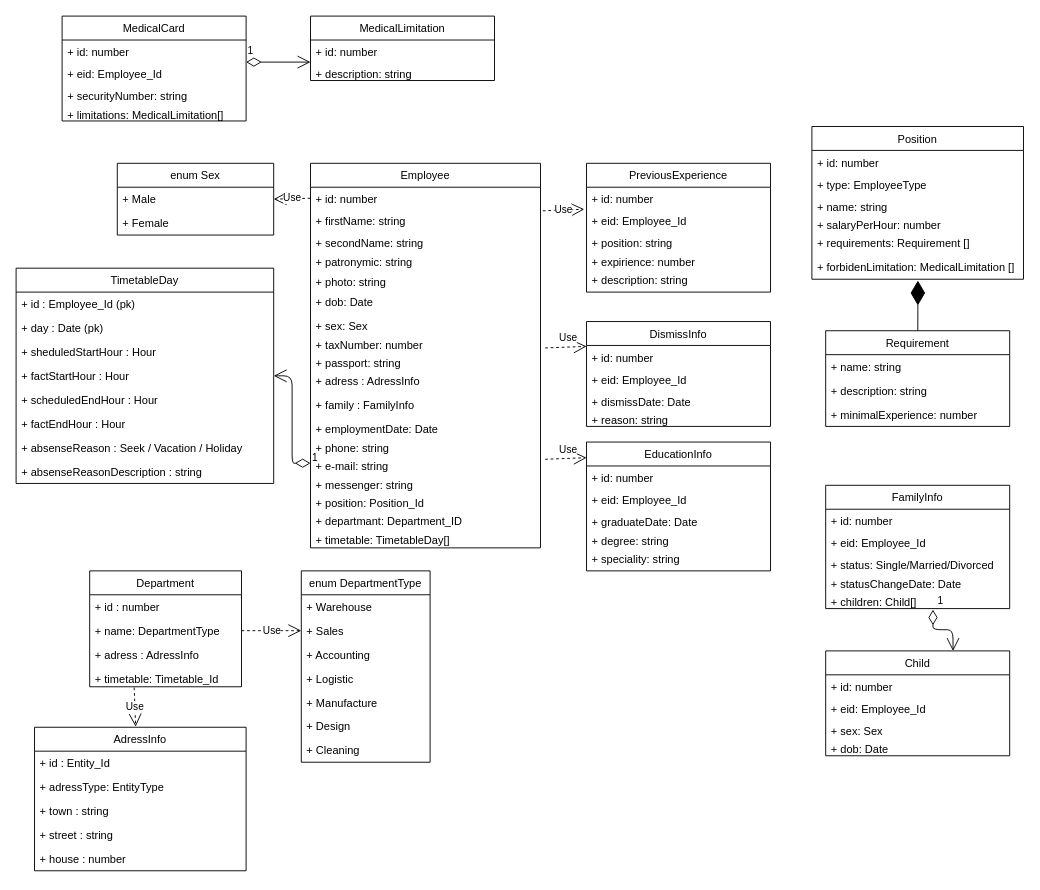
This is HR/hr.drawio from CloudOpsMaster/factoryBusinessOptimisation, a draw.io file, before an edit. Source tidied: cells renumbered, new cells numbered last; positions are measured from the earlier drawing's top-left corner, leaving out a move shared by most shapes. Both pictures are drawn from the tidied source at 92%, with x=0, y=0 at pixel (16, 16).
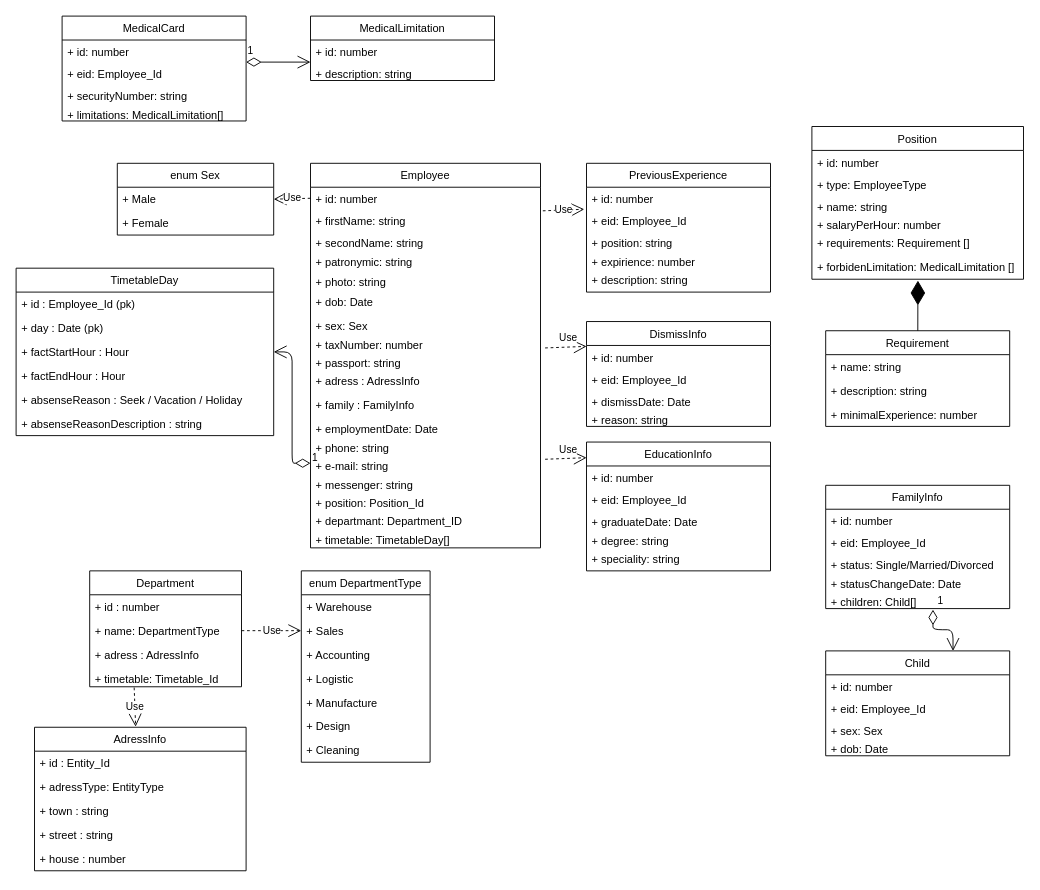
After the change.

Commit message:
HR model correction

What changed in the source:
```diff
@@
     <mxCell id="51" value="TimetableDay" style="swimlane;fontStyle=0;horizontal=1;startSize=26;fillColor=none;" parent="1" vertex="1">
-      <mxGeometry y="274" width="280" height="234" as="geometry" />
+      <mxGeometry y="274" width="280" height="182" as="geometry" />
     </mxCell>
@@
-    <mxCell id="54" value="+ sheduledStartHour : Hour" style="text;strokeColor=none;fillColor=none;align=left;verticalAlign=top;spacingLeft=4;spacingRight=4;overflow=hidden;" parent="51" vertex="1">
-      <mxGeometry y="78" width="280" height="26" as="geometry" />
-    </mxCell>
     <mxCell id="55" value="+ factStartHour : Hour" style="text;strokeColor=none;fillColor=none;align=left;verticalAlign=top;spacingLeft=4;spacingRight=4;overflow=hidden;points=[[0,0.5],[1,0.5]];portConstraint=eastwest;" parent="51" vertex="1">
-      <mxGeometry y="104" width="280" height="26" as="geometry" />
+      <mxGeometry y="78" width="280" height="26" as="geometry" />
     </mxCell>
-    <mxCell id="56" value="+ scheduledEndHour : Hour" style="text;strokeColor=none;fillColor=none;align=left;verticalAlign=top;spacingLeft=4;spacingRight=4;overflow=hidden;" parent="51" vertex="1">
-      <mxGeometry y="130" width="280" height="26" as="geometry" />
-    </mxCell>
     <mxCell id="57" value="+ factEndHour : Hour" style="text;strokeColor=none;fillColor=none;align=left;verticalAlign=top;spacingLeft=4;spacingRight=4;overflow=hidden;" parent="51" vertex="1">
-      <mxGeometry y="156" width="280" height="26" as="geometry" />
+      <mxGeometry y="104" width="280" height="26" as="geometry" />
     </mxCell>
     <mxCell id="58" value="+ absenseReason : Seek / Vacation / Holiday" style="text;strokeColor=none;fillColor=none;align=left;verticalAlign=top;spacingLeft=4;spacingRight=4;overflow=hidden;" parent="51" vertex="1">
-      <mxGeometry y="182" width="280" height="26" as="geometry" />
+      <mxGeometry y="130" width="280" height="26" as="geometry" />
     </mxCell>
     <mxCell id="59" value="+ absenseReasonDescription : string" style="text;strokeColor=none;fillColor=none;align=left;verticalAlign=top;spacingLeft=4;spacingRight=4;overflow=hidden;" parent="51" vertex="1">
-      <mxGeometry y="208" width="280" height="26" as="geometry" />
+      <mxGeometry y="156" width="280" height="26" as="geometry" />
     </mxCell>
```
